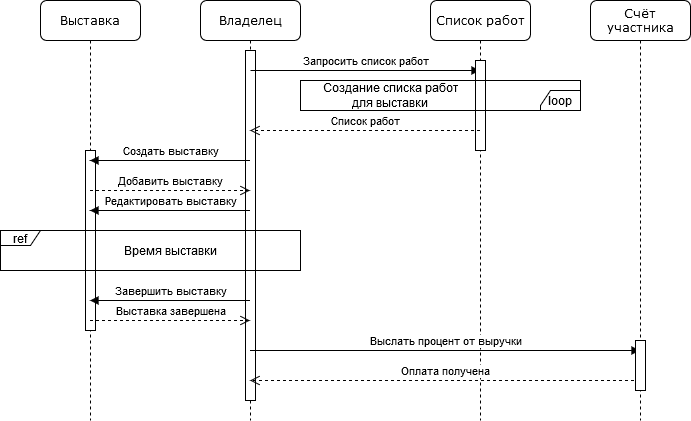
Earlier version of the draw.io export diagrams/Организация выставки.png (MrSandman5/ApplicationArchitecture). Source tidied: cells renumbered, new cells last; positions are measured from the earlier drawing's top-left corner, leaving out a move shared by most shapes.
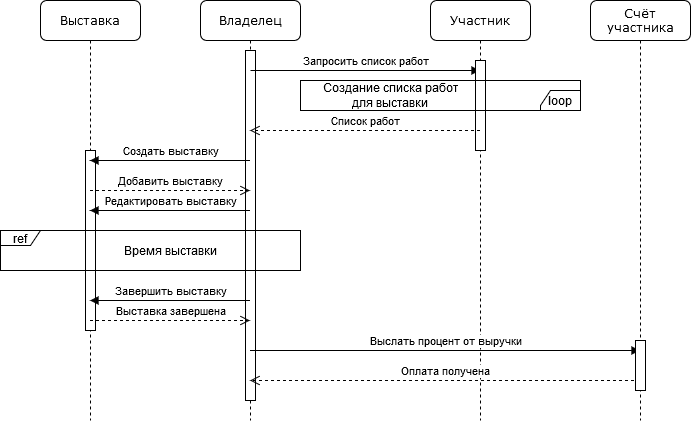
After the change.

Diff of the diagram source:
```diff
@@ -13,7 +13,7 @@
         <mxPoint x="50" y="70" as="sourcePoint" />
       </mxGeometry>
     </mxCell>
-    <mxCell id="5" value="Список работ" style="shape=umlLifeline;perimeter=lifelinePerimeter;whiteSpace=wrap;html=1;outlineConnect=0;rounded=1;shadow=0;comic=0;labelBackgroundColor=none;strokeWidth=1;fontFamily=Verdana;fontSize=12;align=center;" parent="1" vertex="1">
+    <mxCell id="5" value="Участник" style="shape=umlLifeline;perimeter=lifelinePerimeter;whiteSpace=wrap;html=1;outlineConnect=0;rounded=1;shadow=0;comic=0;labelBackgroundColor=none;strokeWidth=1;fontFamily=Verdana;fontSize=12;align=center;" parent="1" vertex="1">
       <mxGeometry x="430" width="100" height="420" as="geometry" />
     </mxCell>
     <mxCell id="6" style="html=1;perimeter=orthogonalPerimeter;" parent="5" vertex="1">
```
